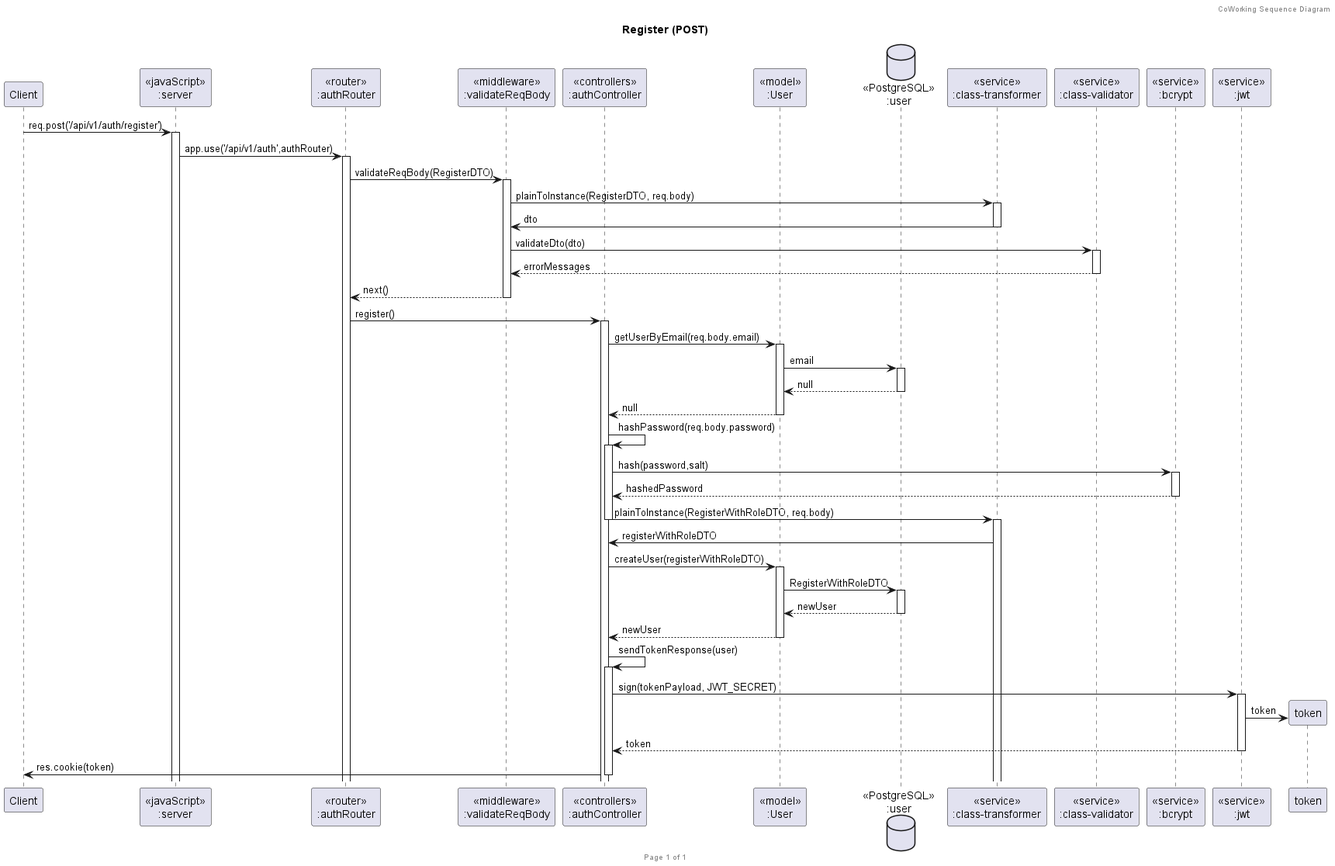
The PlantUML diagram diagrams/auth/register/Register (POST).png in TeaChanathip/SwDev-Project, before a commit. The source it was exported from:
```plantuml
@startuml Register (POST)

header CoWorking Sequence Diagram
footer Page %page% of %lastpage%
title "Register (POST)"

participant "Client" as client
participant "<<javaScript>>\n:server" as server
participant "<<router>>\n:authRouter" as authRouter
participant "<<middleware>>\n:validateReqBody" as middleware
participant "<<controllers>>\n:authController" as authController
participant "<<model>>\n:User" as userModel
database "<<PostgreSQL>>\n:user" as userDatabase
participant "<<service>>\n:class-transformer" as classTransformer
participant "<<service>>\n:class-validator" as classValidator
participant "<<service>>\n:bcrypt" as bcrypt
participant "<<service>>\n:jwt" as jwt

client->server ++:req.post('/api/v1/auth/register')
server->authRouter ++:app.use('/api/v1/auth',authRouter)

authRouter -> middleware ++: validateReqBody(RegisterDTO)
middleware -> classTransformer ++: plainToInstance(RegisterDTO, req.body)
classTransformer -> middleware --: dto
middleware -> classValidator ++: validateDto(dto)
classValidator --> middleware --: errorMessages
middleware --> authRouter --: next()

authRouter -> authController ++:register()

authController->userModel ++:getUserByEmail(req.body.email)
userModel ->userDatabase ++: email
userDatabase --> userModel --: null
userModel --> authController --: null
authController -> authController ++: hashPassword(req.body.password)
authController -> bcrypt ++: hash(password,salt)
bcrypt --> authController --: hashedPassword
authController -> classTransformer --++: plainToInstance(RegisterWithRoleDTO, req.body)
classTransformer -> authController: registerWithRoleDTO

authController->userModel ++:createUser(registerWithRoleDTO)
userModel ->userDatabase ++: RegisterWithRoleDTO
userDatabase --> userModel --: newUser
userModel --> authController --: newUser
authController -> authController ++: sendTokenResponse(user)
authController -> jwt ++: sign(tokenPayload, JWT_SECRET)
token <- jwt **: token
jwt --> authController --: token
authController -> client --: res.cookie(token)

@enduml
```
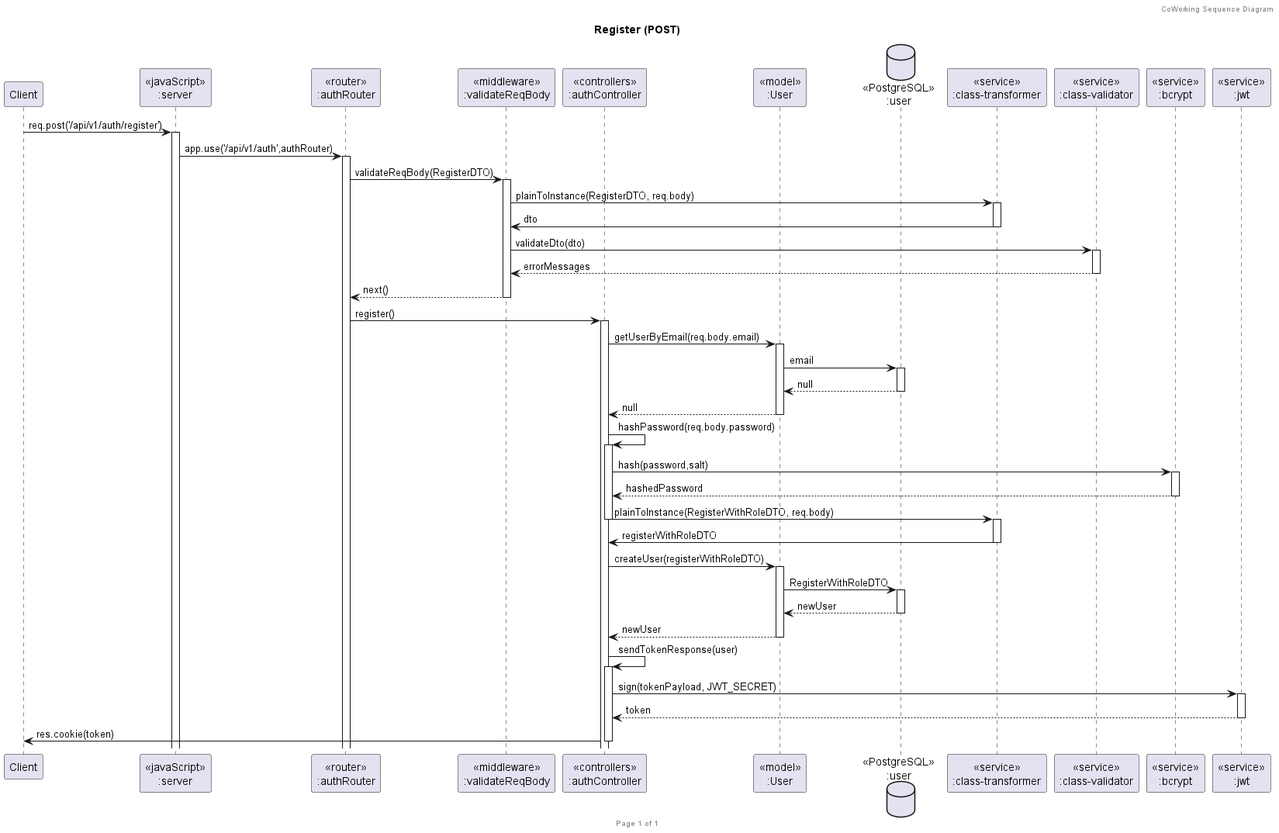
The same diagram one commit later.

The edit, as a diff of the source:
```diff
@@ -36,7 +36,7 @@
 authController -> bcrypt ++: hash(password,salt)
 bcrypt --> authController --: hashedPassword
 authController -> classTransformer --++: plainToInstance(RegisterWithRoleDTO, req.body)
-classTransformer -> authController: registerWithRoleDTO
+classTransformer -> authController --: registerWithRoleDTO
 
 authController->userModel ++:createUser(registerWithRoleDTO)
 userModel ->userDatabase ++: RegisterWithRoleDTO
@@ -44,7 +44,6 @@
 userModel --> authController --: newUser
 authController -> authController ++: sendTokenResponse(user)
 authController -> jwt ++: sign(tokenPayload, JWT_SECRET)
-token <- jwt **: token
 jwt --> authController --: token
 authController -> client --: res.cookie(token)
 
```
